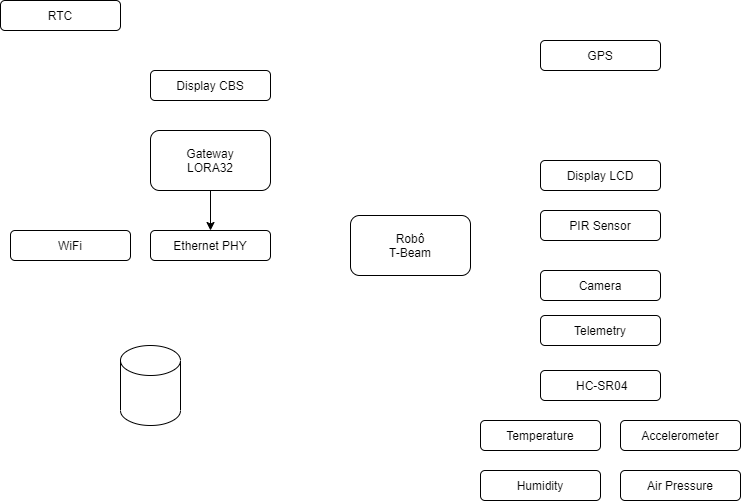
This is diagrama.png from lllLDBlll/micro-ROS-TTGO, a draw.io export, as it was before one commit. Source tidied: cells renumbered, new cells last; positions are measured from the earlier drawing's top-left corner, leaving out a move shared by most shapes.
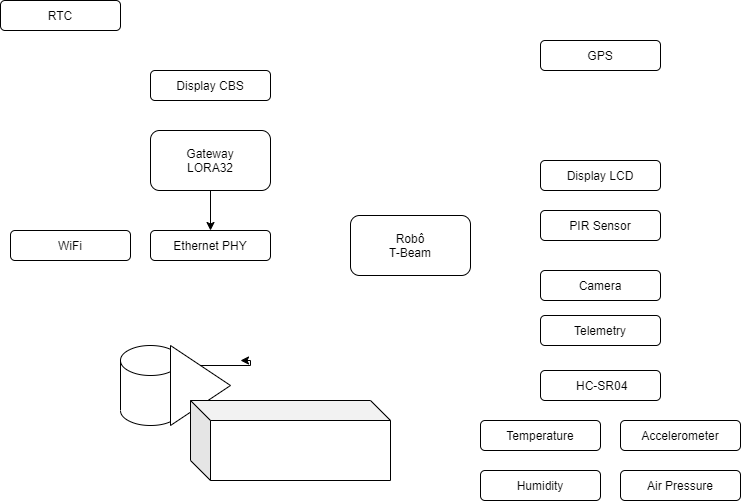
After the change.

What changed in the source:
```diff
@@ -56,5 +56,16 @@
     <mxCell id="19" style="shape=cylinder3;whiteSpace=wrap;html=1;boundedLbl=1;backgroundOutline=1;size=15;" parent="1" vertex="1">
       <mxGeometry x="120" y="345" width="60" height="80" as="geometry" />
     </mxCell>
+    <mxCell id="20" style="edgeStyle=orthogonalEdgeStyle;rounded=0;jettySize=auto;html=1;exitX=0.5;exitY=0;exitDx=0;exitDy=0;" parent="1" edge="1" source="21">
+      <mxGeometry relative="1" as="geometry">
+        <mxPoint x="240" y="360" as="targetPoint" />
+      </mxGeometry>
+    </mxCell>
+    <mxCell id="21" style="triangle;whiteSpace=wrap;html=1;" parent="1" vertex="1">
+      <mxGeometry x="170" y="345" width="60" height="80" as="geometry" />
+    </mxCell>
+    <mxCell id="22" style="shape=cube;whiteSpace=wrap;html=1;boundedLbl=1;backgroundOutline=1;darkOpacity=0.05;darkOpacity2=0.1;" parent="1" vertex="1">
+      <mxGeometry x="190" y="400" width="200" height="80" as="geometry" />
+    </mxCell>
   </root>
 </mxGraphModel>
```
